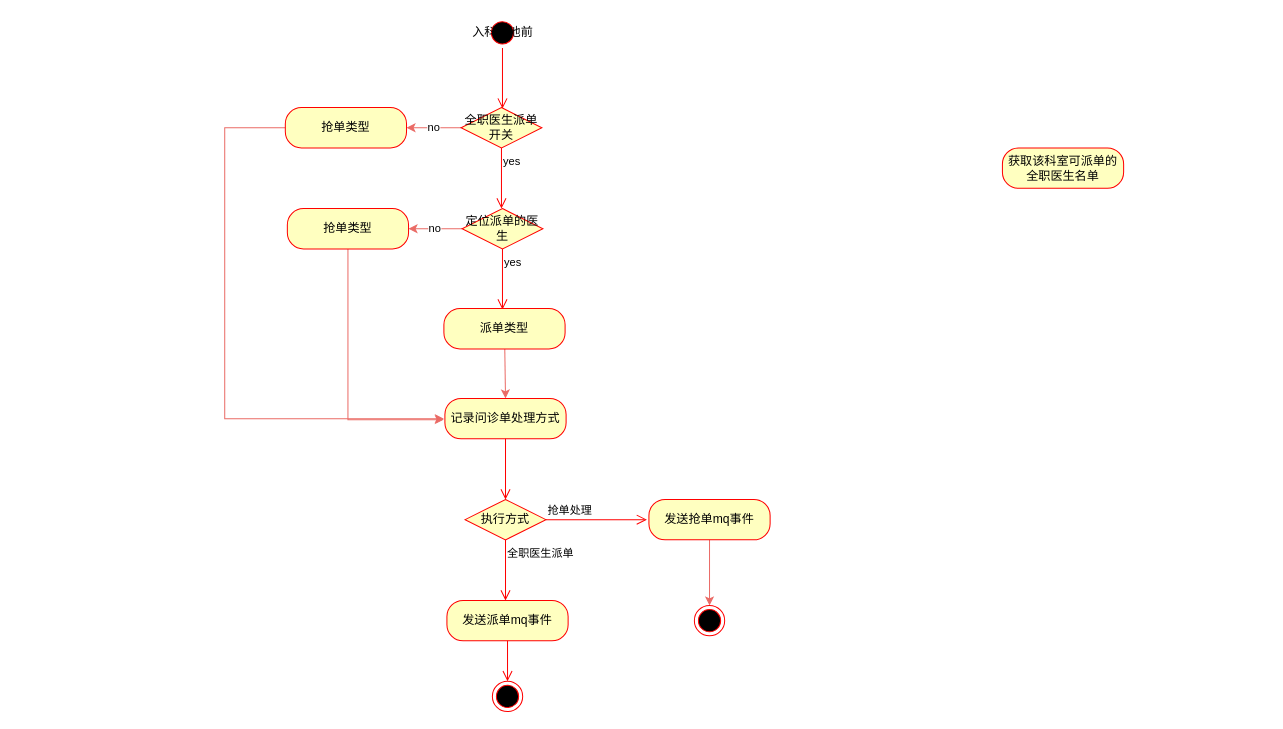
This is page "第 2 页" (2 of 3) of drawio/work/分诊流程.drawio from zhk0377/scalpel, a draw.io file, before an edit. Source tidied: cells renumbered, new cells numbered last; positions are measured from the earlier drawing's top-left corner, leaving out a move shared by most shapes. Both pictures are drawn from the tidied source at 101%, with x=0, y=0 at pixel (224, 17).
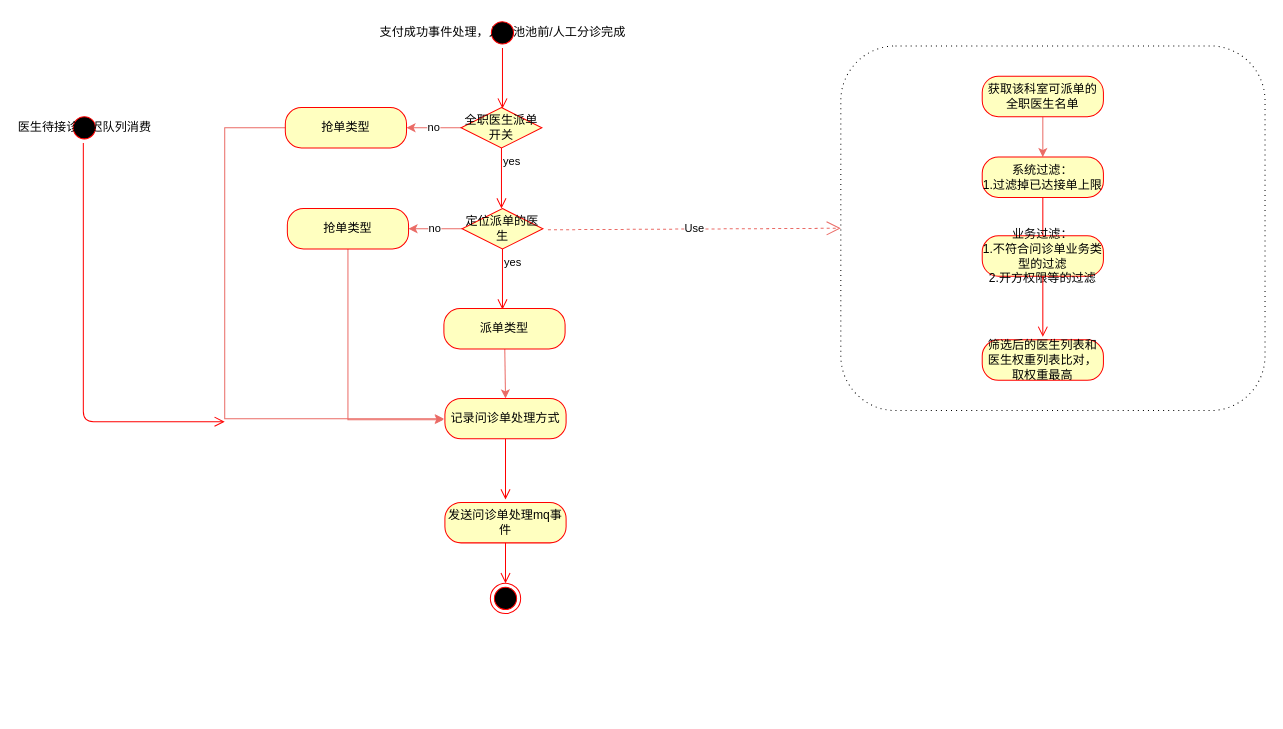
The same page after the edit.

Change to the diagram source:
```diff
@@
+    <mxCell id="28" style="shape=ext;rounded=1;html=1;whiteSpace=wrap;dashed=1;dashPattern=1 4;fillColor=#FFFFFF;" parent="1" vertex="1">
+      <mxGeometry x="610" y="28" width="420" height="361" as="geometry" />
+    </mxCell>
-    <mxCell id="2" value="入科池池前" style="ellipse;html=1;shape=startState;fillColor=#000000;strokeColor=#ff0000;" parent="1" vertex="1">
+    <mxCell id="2" value="支付成功事件处理，入科池池前/人工分诊完成" style="ellipse;html=1;shape=startState;fillColor=#000000;strokeColor=#ff0000;" parent="1" vertex="1">
       <mxGeometry x="260" width="30" height="30" as="geometry" />
     </mxCell>
@@
+    <mxCell id="29" style="edgeStyle=orthogonalEdgeStyle;rounded=0;jettySize=auto;html=1;entryX=0.5;entryY=0;entryDx=0;entryDy=0;strokeColor=#EA6B66;fillColor=#4D4D4D;" parent="1" edge="1" source="7" target="30">
+      <mxGeometry relative="1" as="geometry" />
+    </mxCell>
     <mxCell id="7" value="获取该科室可派单的全职医生名单" style="rounded=1;whiteSpace=wrap;html=1;arcSize=40;fontColor=#000000;fillColor=#ffffc0;strokeColor=#ff0000;" parent="1" vertex="1">
-      <mxGeometry x="770" y="129" width="120" height="40" as="geometry" />
+      <mxGeometry x="750" y="58" width="120" height="40" as="geometry" />
     </mxCell>
@@
-    <mxCell id="11" value="执行方式" style="rhombus;whiteSpace=wrap;html=1;fillColor=#ffffc0;strokeColor=#ff0000;" parent="1" vertex="1">
-      <mxGeometry x="238" y="477" width="80" height="40" as="geometry" />
-    </mxCell>
-    <mxCell id="12" value="抢单处理" style="edgeStyle=orthogonalEdgeStyle;html=1;align=left;verticalAlign=bottom;endArrow=open;endSize=8;strokeColor=#ff0000;fillColor=#4D4D4D;" parent="1" edge="1" source="11">
-      <mxGeometry x="-1" relative="1" as="geometry">
-        <mxPoint x="418" y="497" as="targetPoint" />
-      </mxGeometry>
-    </mxCell>
-    <mxCell id="13" value="全职医生派单" style="edgeStyle=orthogonalEdgeStyle;html=1;align=left;verticalAlign=top;endArrow=open;endSize=8;strokeColor=#ff0000;fillColor=#4D4D4D;" parent="1" edge="1" source="11">
-      <mxGeometry x="-1" relative="1" as="geometry">
-        <mxPoint x="278" y="577" as="targetPoint" />
-      </mxGeometry>
-    </mxCell>
-    <mxCell id="14" style="edgeStyle=none;rounded=0;jettySize=auto;html=1;entryX=0.5;entryY=0;entryDx=0;entryDy=0;strokeColor=#EA6B66;fillColor=#4D4D4D;" parent="1" edge="1" source="15" target="25">
-      <mxGeometry relative="1" as="geometry" />
-    </mxCell>
-    <mxCell id="15" value="发送抢单mq事件" style="rounded=1;whiteSpace=wrap;html=1;arcSize=40;fontColor=#000000;fillColor=#ffffc0;strokeColor=#ff0000;" parent="1" vertex="1">
-      <mxGeometry x="420" y="477" width="120" height="40" as="geometry" />
-    </mxCell>
-    <mxCell id="16" value="发送派单mq事件" style="rounded=1;whiteSpace=wrap;html=1;arcSize=40;fontColor=#000000;fillColor=#ffffc0;strokeColor=#ff0000;" parent="1" vertex="1">
-      <mxGeometry x="220" y="577" width="120" height="40" as="geometry" />
+    <mxCell id="16" value="发送问诊单处理mq事件" style="rounded=1;whiteSpace=wrap;html=1;arcSize=40;fontColor=#000000;fillColor=#ffffc0;strokeColor=#ff0000;" parent="1" vertex="1">
+      <mxGeometry x="218" y="480" width="120" height="40" as="geometry" />
     </mxCell>
     <mxCell id="17" style="edgeStyle=orthogonalEdgeStyle;html=1;verticalAlign=bottom;endArrow=open;endSize=8;strokeColor=#ff0000;fillColor=#4D4D4D;" parent="1" edge="1" source="16">
       <mxGeometry relative="1" as="geometry">
-        <mxPoint x="280" y="657" as="targetPoint" />
+        <mxPoint x="278" y="560" as="targetPoint" />
       </mxGeometry>
     </mxCell>
     <mxCell id="18" style="ellipse;html=1;shape=endState;fillColor=#000000;strokeColor=#ff0000;" parent="1" vertex="1">
-      <mxGeometry x="265" y="657" width="30" height="30" as="geometry" />
+      <mxGeometry x="263" y="560" width="30" height="30" as="geometry" />
     </mxCell>
@@
-    <mxCell id="25" style="ellipse;html=1;shape=endState;fillColor=#000000;strokeColor=#ff0000;" parent="1" vertex="1">
-      <mxGeometry x="465" y="582" width="30" height="30" as="geometry" />
-    </mxCell>
@@
+    <mxCell id="30" value="系统过滤：&lt;br&gt;1.过滤掉已达接单上限" style="rounded=1;whiteSpace=wrap;html=1;arcSize=40;fontColor=#000000;fillColor=#ffffc0;strokeColor=#ff0000;" parent="1" vertex="1">
+      <mxGeometry x="750" y="138" width="120" height="40" as="geometry" />
+    </mxCell>
+    <mxCell id="31" style="edgeStyle=orthogonalEdgeStyle;html=1;verticalAlign=bottom;endArrow=open;endSize=8;strokeColor=#ff0000;fillColor=#4D4D4D;" parent="1" edge="1" source="30">
+      <mxGeometry relative="1" as="geometry">
+        <mxPoint x="810" y="238" as="targetPoint" />
+      </mxGeometry>
+    </mxCell>
+    <mxCell id="32" value="业务过滤：&lt;br&gt;1.不符合问诊单业务类型的过滤&lt;br&gt;2.开方权限等的过滤" style="rounded=1;whiteSpace=wrap;html=1;arcSize=40;fontColor=#000000;fillColor=#ffffc0;strokeColor=#ff0000;" parent="1" vertex="1">
+      <mxGeometry x="750" y="216" width="120" height="40" as="geometry" />
+    </mxCell>
+    <mxCell id="33" style="edgeStyle=orthogonalEdgeStyle;html=1;verticalAlign=bottom;endArrow=open;endSize=8;strokeColor=#ff0000;fillColor=#4D4D4D;" parent="1" edge="1" source="32">
+      <mxGeometry relative="1" as="geometry">
+        <mxPoint x="810" y="316" as="targetPoint" />
+      </mxGeometry>
+    </mxCell>
+    <mxCell id="34" value="筛选后的医生列表和医生权重列表比对，取权重最高" style="rounded=1;whiteSpace=wrap;html=1;arcSize=40;fontColor=#000000;fillColor=#ffffc0;strokeColor=#ff0000;" parent="1" vertex="1">
+      <mxGeometry x="750" y="319" width="120" height="40" as="geometry" />
+    </mxCell>
+    <mxCell id="35" value="Use" style="endArrow=open;endSize=12;dashed=1;html=1;strokeColor=#EA6B66;fillColor=#4D4D4D;entryX=0;entryY=0.5;entryDx=0;entryDy=0;" parent="1" edge="1" target="28">
+      <mxGeometry relative="1" as="geometry">
+        <mxPoint x="320" y="210" as="sourcePoint" />
+      </mxGeometry>
+    </mxCell>
+    <mxCell id="36" value="医生待接诊延迟队列消费" style="ellipse;html=1;shape=startState;fillColor=#000000;strokeColor=#ff0000;" parent="1" vertex="1">
+      <mxGeometry x="-154" y="94" width="30" height="30" as="geometry" />
+    </mxCell>
+    <mxCell id="37" style="edgeStyle=orthogonalEdgeStyle;html=1;verticalAlign=bottom;endArrow=open;endSize=8;strokeColor=#ff0000;fillColor=#4D4D4D;" parent="1" edge="1" source="36">
+      <mxGeometry relative="1" as="geometry">
+        <mxPoint y="400" as="targetPoint" />
+        <Array as="points">
+          <mxPoint x="-140" y="113" />
+          <mxPoint x="-140" y="400" />
+        </Array>
+      </mxGeometry>
+    </mxCell>
```
